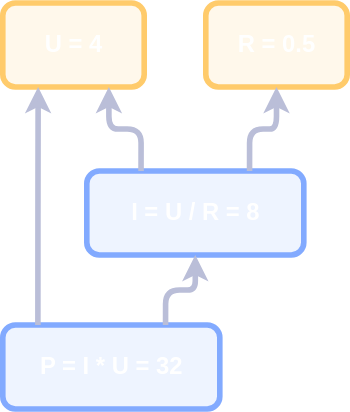
Above: drawio/urip_4.drawio.svg in alfertev2014/holyjs-2026-autumn (draw.io), before the change. Source tidied: cells renumbered, new cells last; positions are measured from the earlier drawing's top-left corner, leaving out a move shared by most shapes.
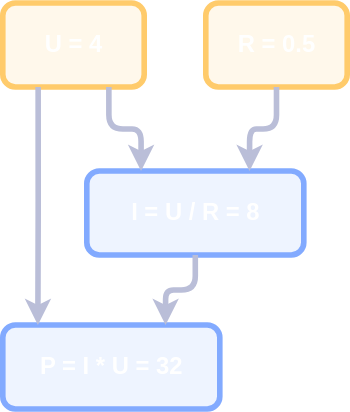
After the commit.

What changed in the source:
```diff
@@ -14,16 +14,16 @@
     <mxCell id="5" value="&lt;span style=&quot;color: light-dark(rgb(255, 255, 255), rgb(255, 255, 255));&quot;&gt;P = I * U = 32&lt;/span&gt;" style="rounded=1;whiteSpace=wrap;html=1;roundedPerimeter=1;strokeWidth=4;strokeColor=light-dark(#82AAFF,#82AAFF);fillColor=light-dark(#82AAFF22,#82AAFF22);fontSize=17;fontStyle=1;" parent="1" vertex="1">
       <mxGeometry y="230" width="155" height="60" as="geometry" />
     </mxCell>
-    <mxCell id="6" style="endArrow=classic;html=1;strokeWidth=4;strokeColor=light-dark(#BABED8,#BABED8);edgeStyle=orthogonalEdgeStyle;exitX=0.25;exitY=0;exitDx=0;exitDy=0;entryX=0.75;entryY=1;entryDx=0;entryDy=0;" parent="1" edge="1" source="4" target="2">
+    <mxCell id="6" style="endArrow=classic;html=1;strokeWidth=4;strokeColor=light-dark(#BABED8,#BABED8);edgeStyle=orthogonalEdgeStyle;exitX=0.75;exitY=1;exitDx=0;exitDy=0;entryX=0.25;entryY=0;entryDx=0;entryDy=0;" parent="1" edge="1" source="2" target="4">
       <mxGeometry relative="1" as="geometry" />
     </mxCell>
-    <mxCell id="7" style="endArrow=classic;html=1;strokeWidth=4;strokeColor=light-dark(#BABED8,#BABED8);edgeStyle=orthogonalEdgeStyle;exitX=0.75;exitY=0;exitDx=0;exitDy=0;entryX=0.5;entryY=1;entryDx=0;entryDy=0;" parent="1" edge="1" source="4" target="3">
+    <mxCell id="7" style="endArrow=classic;html=1;strokeWidth=4;strokeColor=light-dark(#BABED8,#BABED8);edgeStyle=orthogonalEdgeStyle;exitX=0.5;exitY=1;exitDx=0;exitDy=0;entryX=0.75;entryY=0;entryDx=0;entryDy=0;" parent="1" edge="1" source="3" target="4">
       <mxGeometry relative="1" as="geometry" />
     </mxCell>
-    <mxCell id="8" style="endArrow=classic;html=1;strokeWidth=4;strokeColor=light-dark(#BABED8,#BABED8);edgeStyle=orthogonalEdgeStyle;exitX=0.75;exitY=0;exitDx=0;exitDy=0;entryX=0.5;entryY=1;entryDx=0;entryDy=0;" parent="1" edge="1" source="5" target="4">
+    <mxCell id="8" style="endArrow=classic;html=1;strokeWidth=4;strokeColor=light-dark(#BABED8,#BABED8);edgeStyle=orthogonalEdgeStyle;exitX=0.5;exitY=1;exitDx=0;exitDy=0;entryX=0.75;entryY=0;entryDx=0;entryDy=0;" parent="1" edge="1" source="4" target="5">
       <mxGeometry relative="1" as="geometry" />
     </mxCell>
-    <mxCell id="9" style="endArrow=classic;html=1;strokeWidth=4;strokeColor=light-dark(#BABED8,#BABED8);edgeStyle=orthogonalEdgeStyle;entryX=0.25;entryY=1;entryDx=0;entryDy=0;exitX=0.161;exitY=-0.001;exitDx=0;exitDy=0;" parent="1" edge="1" source="5" target="2">
+    <mxCell id="9" style="endArrow=classic;html=1;strokeWidth=4;strokeColor=light-dark(#BABED8,#BABED8);edgeStyle=orthogonalEdgeStyle;entryX=0.161;entryY=-0.001;entryDx=0;entryDy=0;exitX=0.25;exitY=1;exitDx=0;exitDy=0;" parent="1" edge="1" source="2" target="5">
       <mxGeometry relative="1" as="geometry" />
     </mxCell>
   </root>
```
